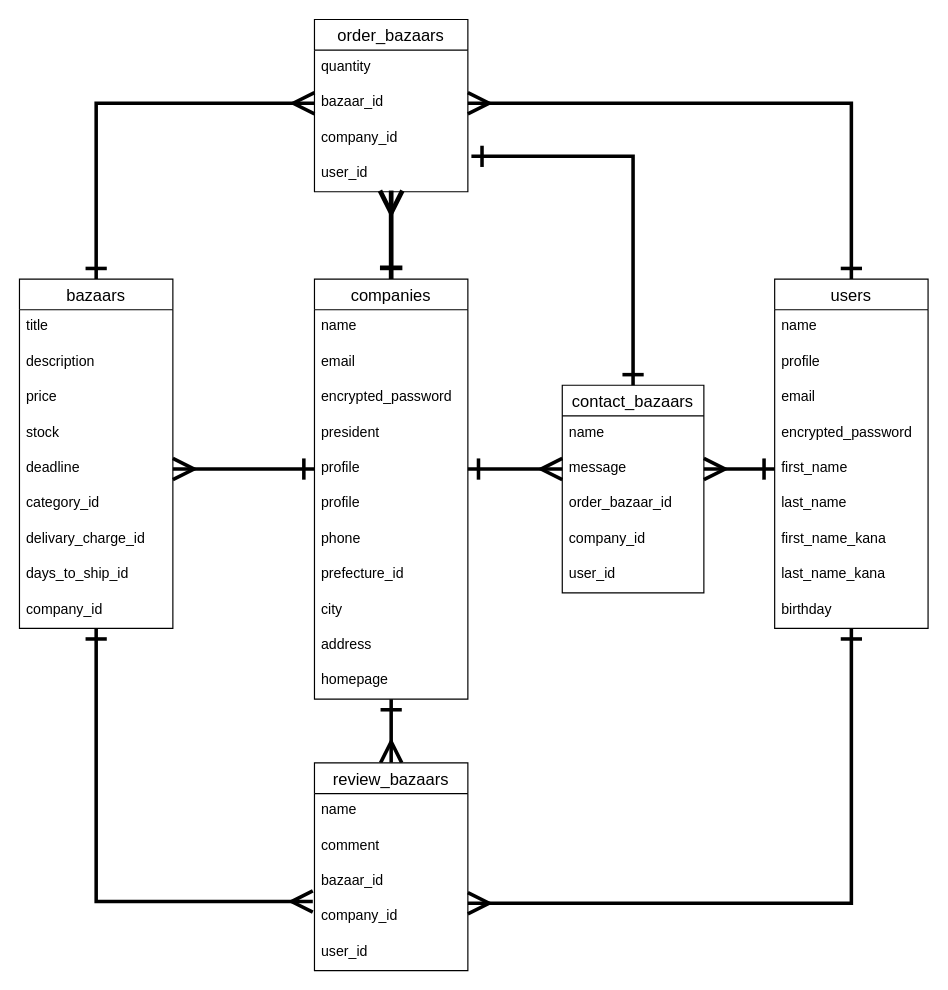
The draw.io diagram DB_ER_Buzaar.dio in Sashimi0343/losstop, before the edit. Source tidied: cells renumbered, new cells numbered last; positions are measured from the earlier drawing's top-left corner, leaving out a move shared by most shapes. Both pictures are drawn from the tidied source at 118%, with x=0, y=0 at pixel (19, 19).
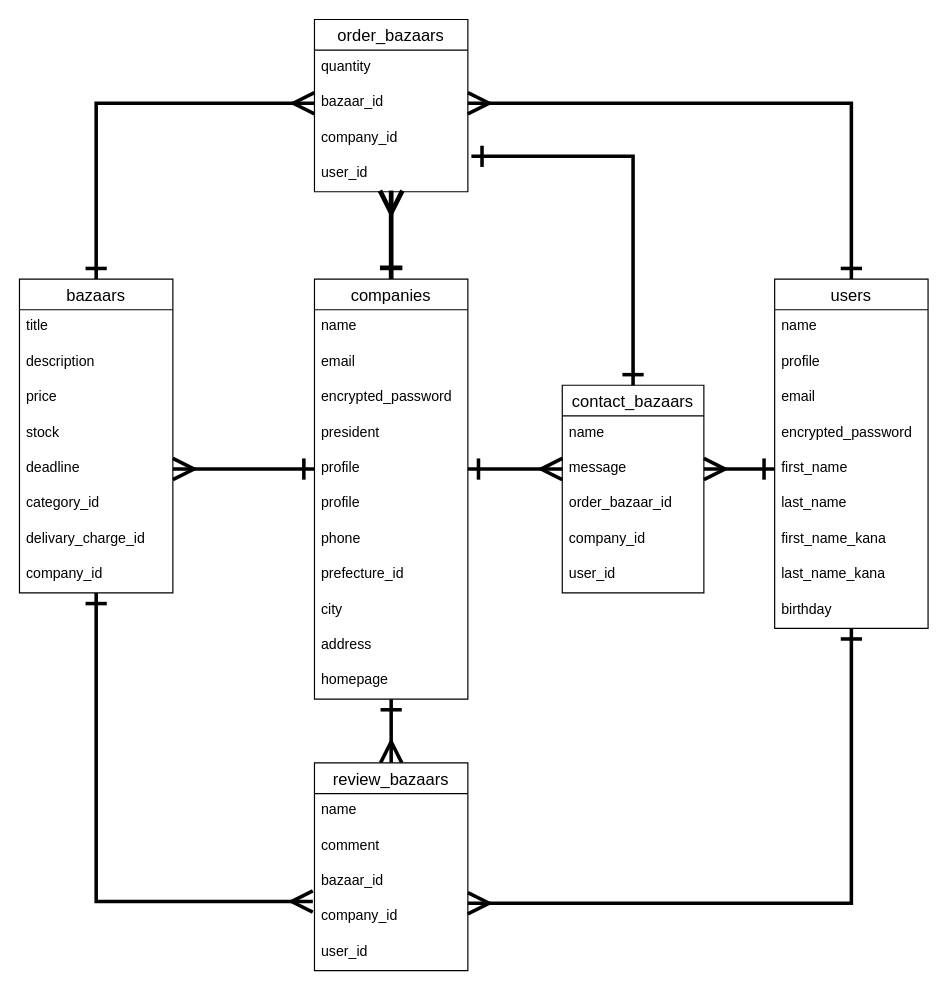
After the change.

What changed in the source:
```diff
@@
     <mxCell id="48" value="bazaars" style="swimlane;fontStyle=0;horizontal=1;startSize=26;align=center;fontSize=14;" parent="1" vertex="1">
-      <mxGeometry y="220" width="130" height="296" as="geometry" />
+      <mxGeometry y="220" width="130" height="266" as="geometry" />
     </mxCell>
@@
-    <mxCell id="56" value="days_to_ship_id" style="text;strokeColor=none;fillColor=none;spacingLeft=4;spacingRight=4;overflow=hidden;fontSize=12;" parent="48" vertex="1">
-      <mxGeometry y="236" width="130" height="30" as="geometry" />
-    </mxCell>
     <mxCell id="57" value="company_id" style="text;strokeColor=none;fillColor=none;spacingLeft=4;spacingRight=4;overflow=hidden;fontSize=12;" parent="48" vertex="1">
-      <mxGeometry y="266" width="130" height="30" as="geometry" />
+      <mxGeometry y="236" width="130" height="30" as="geometry" />
     </mxCell>
```
